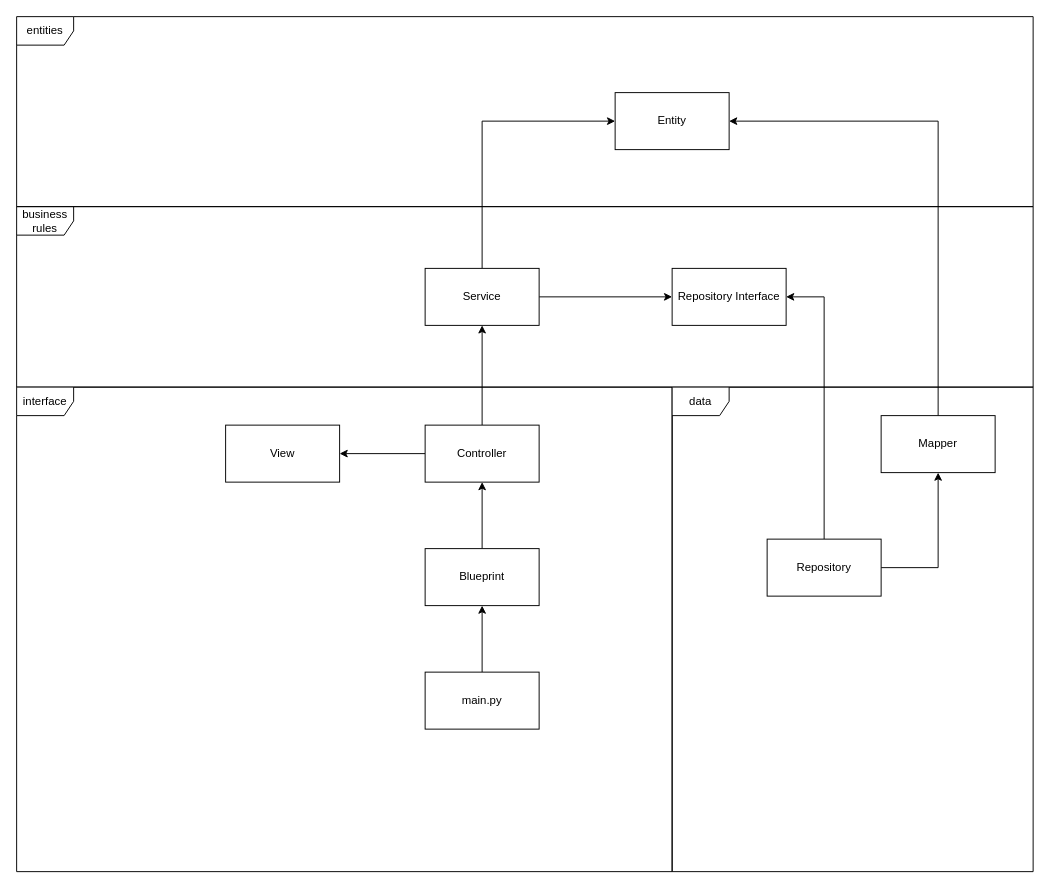
Earlier version of the draw.io diagram page "Сторінка-1" (1 of 2) of docs/ukubuka_arch.drawio (VadymHutei/ukubuka). Source tidied: cells renumbered, new cells numbered last; positions are measured from the earlier drawing's top-left corner, leaving out a move shared by most shapes. Both pictures are drawn from the tidied source at 95%, with x=0, y=0 at pixel (16, 16).
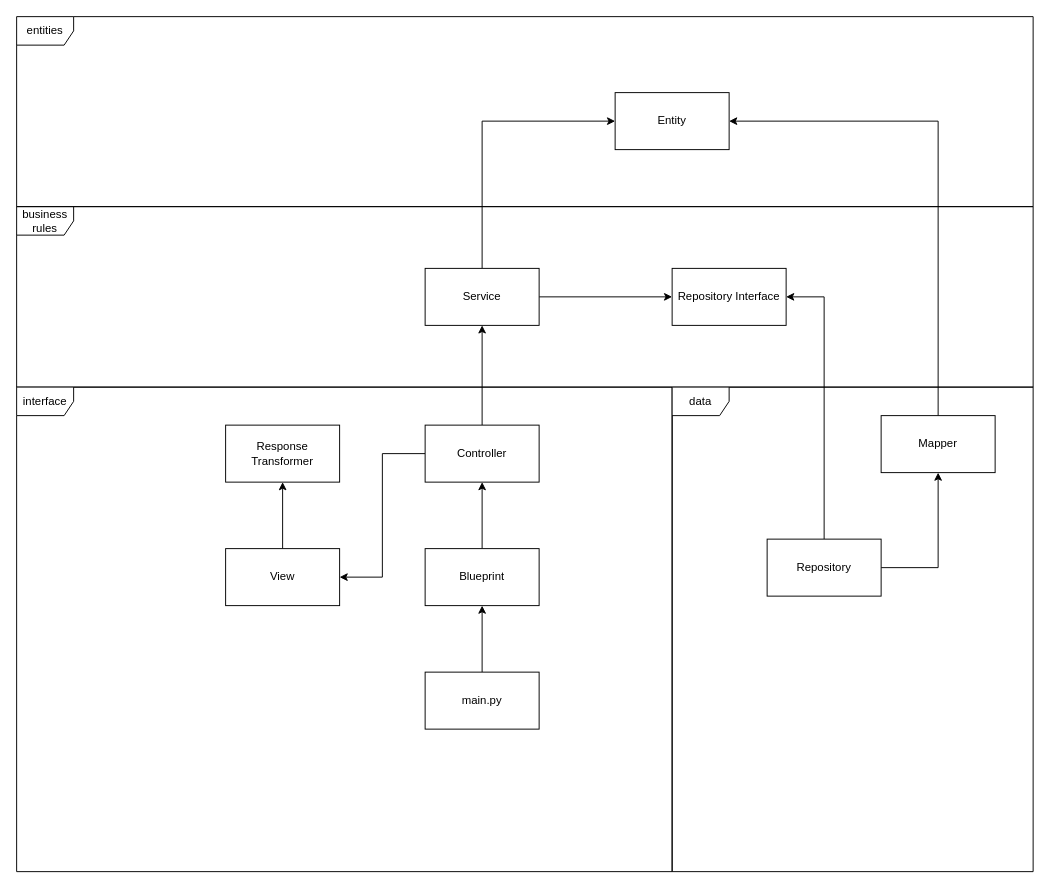
The same diagram, later.

What changed in the source:
```diff
@@
+    <mxCell id="24" style="edgeStyle=orthogonalEdgeStyle;rounded=0;jettySize=auto;html=1;exitX=0.5;exitY=0;exitDx=0;exitDy=0;entryX=0.5;entryY=1;entryDx=0;entryDy=0;" parent="1" edge="1" source="23" target="25">
+      <mxGeometry relative="1" as="geometry" />
+    </mxCell>
     <mxCell id="23" value="View" style="rounded=0;whiteSpace=wrap;html=1;" parent="1" vertex="1">
-      <mxGeometry x="220" y="430" width="120" height="60" as="geometry" />
+      <mxGeometry x="220" y="560" width="120" height="60" as="geometry" />
     </mxCell>
+    <mxCell id="25" value="Response Transformer" style="rounded=0;whiteSpace=wrap;html=1;" parent="1" vertex="1">
+      <mxGeometry x="220" y="430" width="120" height="60" as="geometry" />
+    </mxCell>
```
